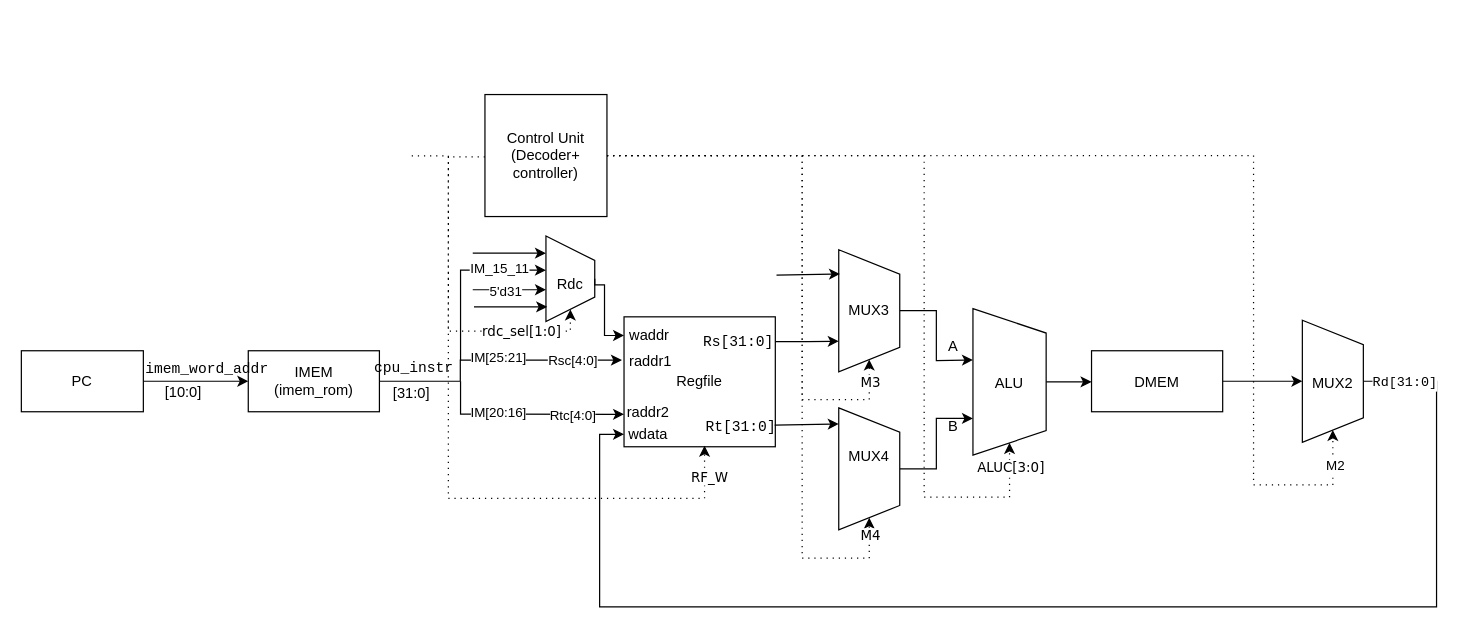
Earlier version of the draw.io diagram MIPS_CPU.drawio (LV-ZHU/Computer_Organization_and_Architecture_Course_Design). Source tidied: cells renumbered, new cells numbered last; positions are measured from the earlier drawing's top-left corner, leaving out a move shared by most shapes. Both pictures are drawn from the tidied source at 122%, with x=0, y=0 at pixel (21, 94).
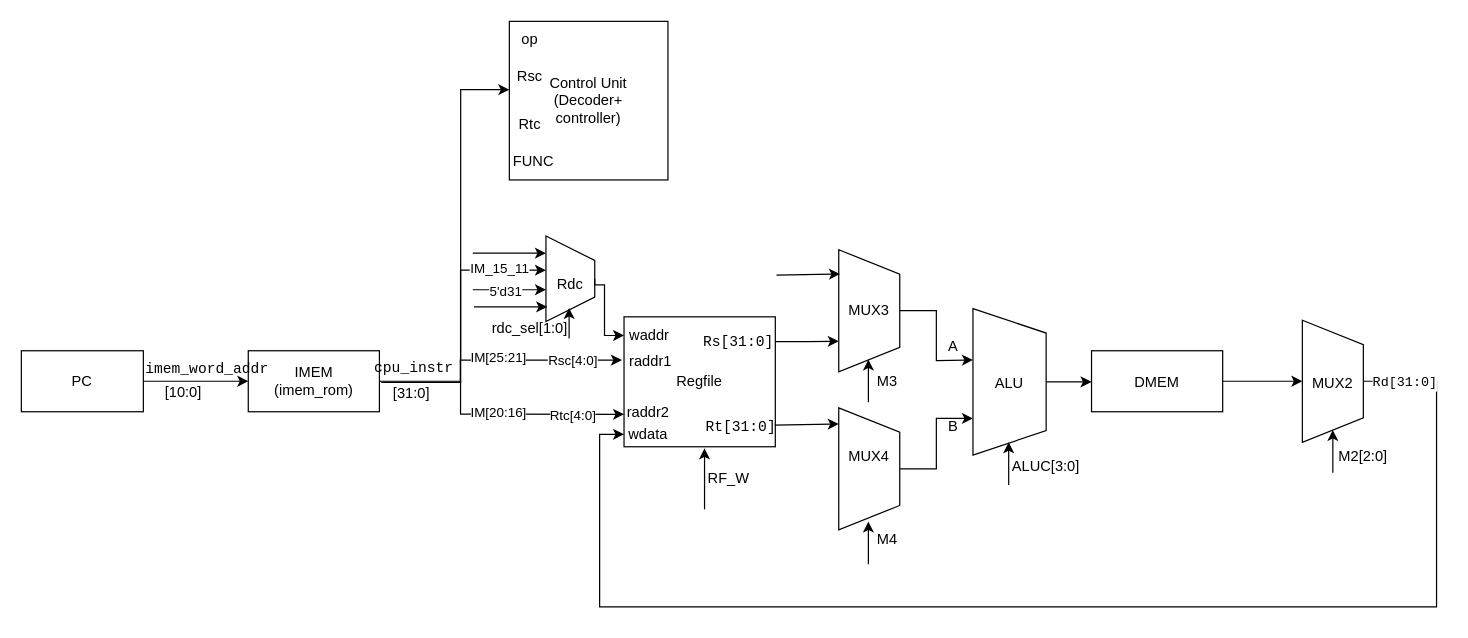
The same diagram, later.

Commit message:
控制器虚线变短线

The change refers to these unchanged cells:
```xml
<mxCell id="44" style="shape=trapezoid;perimeter=trapezoidPerimeter;whiteSpace=wrap;html=1;shapeInside=1;fixedSize=1;rotation=90;" parent="1" vertex="1">
  <mxGeometry x="645" y="152.2" width="100" height="50" as="geometry" />
</mxCell>
<mxCell id="47" style="shape=trapezoid;perimeter=trapezoidPerimeter;whiteSpace=wrap;html=1;shapeInside=1;fixedSize=1;rotation=90;" parent="1" vertex="1">
  <mxGeometry x="750" y="205.5" width="120" height="60" as="geometry" />
</mxCell>
<mxCell id="49" style="shape=trapezoid;perimeter=trapezoidPerimeter;whiteSpace=wrap;html=1;shapeInside=1;fixedSize=1;rotation=90;" parent="1" vertex="1">
  <mxGeometry x="645" y="281.8" width="100" height="50" as="geometry" />
</mxCell>
<mxCell id="58" style="shape=trapezoid;perimeter=trapezoidPerimeter;whiteSpace=wrap;html=1;shapeInside=1;fixedSize=1;rotation=90;" parent="1" vertex="1">
  <mxGeometry x="1025" y="210" width="100" height="50" as="geometry" />
</mxCell>
```

The edit, as a diff of the source:
```diff
@@
-    <mxCell id="11" style="edgeStyle=orthogonalEdgeStyle;rounded=0;orthogonalLoop=1;jettySize=auto;html=1;exitX=1;exitY=0.5;exitDx=0;exitDy=0;fontStyle=0;verticalAlign=middle;labelBackgroundColor=default;dashed=1;dashPattern=1 4;" parent="1" edge="1">
-      <mxGeometry relative="1" as="geometry">
-        <mxPoint x="320" y="50.2" as="sourcePoint" />
-        <mxPoint x="450" y="176.2" as="targetPoint" />
-        <Array as="points">
-          <mxPoint x="350" y="50.3" />
-          <mxPoint x="350" y="194" />
-          <mxPoint x="450" y="194" />
-        </Array>
-      </mxGeometry>
-    </mxCell>
-    <mxCell id="12" value="rdc_sel[1:0]" style="edgeLabel;html=1;align=center;verticalAlign=middle;fontFamily=Verdana;" parent="11" vertex="1">
-      <mxGeometry x="0.54" y="2" relative="1" as="geometry">
-        <mxPoint x="8" y="1" as="offset" />
-      </mxGeometry>
-    </mxCell>
-    <mxCell id="13" style="edgeStyle=orthogonalEdgeStyle;rounded=0;jettySize=auto;html=1;exitX=1;exitY=0.5;exitDx=0;exitDy=0;entryX=1;entryY=0.5;entryDx=0;entryDy=0;dashed=1;dashPattern=1 4;" parent="1" edge="1" source="21" target="49">
-      <mxGeometry relative="1" as="geometry">
-        <Array as="points">
-          <mxPoint x="640" y="50" />
-          <mxPoint x="640" y="380" />
-          <mxPoint x="695" y="380" />
-        </Array>
-      </mxGeometry>
-    </mxCell>
-    <mxCell id="14" value="M4" style="edgeLabel;html=1;align=center;verticalAlign=middle;fontFamily=Verdana;" parent="13" vertex="1">
-      <mxGeometry x="0.95" y="-2" relative="1" as="geometry">
-        <mxPoint x="-2" as="offset" />
-      </mxGeometry>
-    </mxCell>
-    <mxCell id="15" style="edgeStyle=orthogonalEdgeStyle;rounded=0;orthogonalLoop=1;jettySize=auto;html=1;entryX=0;entryY=1;entryDx=0;entryDy=0;dashed=1;dashPattern=1 4;" parent="1" edge="1">
-      <mxGeometry relative="1" as="geometry">
-        <mxPoint x="380" y="51" as="sourcePoint" />
-        <mxPoint x="560" y="287.8" as="targetPoint" />
-        <Array as="points">
-          <mxPoint x="350" y="51" />
-          <mxPoint x="350" y="331" />
-          <mxPoint x="560" y="331" />
-        </Array>
-      </mxGeometry>
-    </mxCell>
-    <mxCell id="16" value="RF_W" style="edgeLabel;html=1;align=center;verticalAlign=middle;fontFamily=Verdana;" parent="15" vertex="1">
-      <mxGeometry x="0.89" y="1" relative="1" as="geometry">
-        <mxPoint x="4" y="-6" as="offset" />
-      </mxGeometry>
-    </mxCell>
-    <mxCell id="17" style="edgeStyle=orthogonalEdgeStyle;rounded=0;jettySize=auto;html=1;exitX=1;exitY=0.5;exitDx=0;exitDy=0;entryX=1;entryY=0.5;entryDx=0;entryDy=0;dashed=1;dashPattern=1 4;" parent="1" edge="1" source="21" target="47">
-      <mxGeometry relative="1" as="geometry">
-        <Array as="points">
-          <mxPoint x="740" y="50" />
-          <mxPoint x="740" y="330" />
-          <mxPoint x="810" y="330" />
-        </Array>
-      </mxGeometry>
-    </mxCell>
-    <mxCell id="18" value="ALUC[3:0]" style="edgeLabel;html=1;align=center;verticalAlign=middle;fontFamily=Verdana;" parent="17" vertex="1">
-      <mxGeometry x="0.94" relative="1" as="geometry" />
-    </mxCell>
-    <mxCell id="19" style="edgeStyle=orthogonalEdgeStyle;rounded=0;jettySize=auto;html=1;exitX=1;exitY=0.5;exitDx=0;exitDy=0;entryX=1;entryY=0.5;entryDx=0;entryDy=0;fontFamily=Verdana;dashed=1;dashPattern=1 4;" parent="1" edge="1" source="21" target="58">
-      <mxGeometry relative="1" as="geometry">
-        <Array as="points">
-          <mxPoint x="1010" y="50" />
-          <mxPoint x="1010" y="320" />
-          <mxPoint x="1075" y="320" />
-        </Array>
-      </mxGeometry>
-    </mxCell>
-    <mxCell id="20" value="M2" style="edgeLabel;html=1;align=center;verticalAlign=middle;" parent="19" vertex="1">
-      <mxGeometry x="0.94" y="-1" relative="1" as="geometry">
-        <mxPoint y="1" as="offset" />
-      </mxGeometry>
-    </mxCell>
     <mxCell id="21" value="Control Unit&lt;div&gt;(Decoder+&lt;/div&gt;&lt;div&gt;controller)&lt;/div&gt;" style="whiteSpace=wrap;html=1;" parent="1" vertex="1">
-      <mxGeometry x="380" width="100" height="100" as="geometry" />
+      <mxGeometry x="400" y="-60" width="130" height="130" as="geometry" />
     </mxCell>
@@
+    <mxCell id="65" style="edgeStyle=orthogonalEdgeStyle;rounded=0;orthogonalLoop=1;jettySize=auto;html=1;exitX=0;exitY=0;exitDx=0;exitDy=0;" parent="1" edge="1">
+      <mxGeometry relative="1" as="geometry">
+        <mxPoint x="295" y="236" as="sourcePoint" />
+        <mxPoint x="400" y="-4" as="targetPoint" />
+        <Array as="points">
+          <mxPoint x="360.1" y="236.1" />
+          <mxPoint x="360.1" y="-3.9" />
+        </Array>
+      </mxGeometry>
+    </mxCell>
@@
-    <mxCell id="61" style="edgeStyle=orthogonalEdgeStyle;rounded=0;jettySize=auto;html=1;exitX=1;exitY=0.5;exitDx=0;exitDy=0;entryX=1;entryY=0.5;entryDx=0;entryDy=0;dashed=1;dashPattern=1 4;" parent="1" edge="1" target="44">
-      <mxGeometry relative="1" as="geometry">
-        <mxPoint x="480" y="50" as="sourcePoint" />
-        <Array as="points">
-          <mxPoint x="640" y="50" />
-          <mxPoint x="640" y="250" />
-          <mxPoint x="695" y="250" />
-        </Array>
-      </mxGeometry>
-    </mxCell>
-    <mxCell id="62" value="M3" style="edgeLabel;html=1;align=center;verticalAlign=middle;fontFamily=Verdana;" parent="61" vertex="1">
-      <mxGeometry x="0.95" y="-2" relative="1" as="geometry">
-        <mxPoint x="-2" y="7" as="offset" />
-      </mxGeometry>
-    </mxCell>
@@
+    <mxCell id="66" style="endArrow=classic;html=1;rounded=0;entryX=1;entryY=0.5;entryDx=0;entryDy=0;" parent="1" edge="1" target="58">
+      <mxGeometry relative="1" as="geometry">
+        <mxPoint x="1075" y="310" as="sourcePoint" />
+      </mxGeometry>
+    </mxCell>
+    <mxCell id="67" value="M2[2:0]" style="text;html=1;whiteSpace=wrap;strokeColor=none;fillColor=none;align=center;verticalAlign=middle;rounded=0;" parent="1" vertex="1">
+      <mxGeometry x="1070" y="282" width="60" height="30" as="geometry" />
+    </mxCell>
+    <mxCell id="68" style="edgeStyle=orthogonalEdgeStyle;rounded=0;orthogonalLoop=1;jettySize=auto;html=1;innerLoopWaypoints=1;exitX=0.5;exitY=1;exitDx=0;exitDy=0;" parent="1" edge="1" source="67" target="67">
+      <mxGeometry relative="1" as="geometry" />
+    </mxCell>
+    <mxCell id="69" style="endArrow=classic;html=1;rounded=0;entryX=1;entryY=0.5;entryDx=0;entryDy=0;" parent="1" edge="1">
+      <mxGeometry relative="1" as="geometry">
+        <mxPoint x="809.3" y="320" as="sourcePoint" />
+        <mxPoint x="809.3" y="285" as="targetPoint" />
+      </mxGeometry>
+    </mxCell>
+    <mxCell id="18" value="ALUC[3:0]" style="text;html=1;whiteSpace=wrap;strokeColor=none;fillColor=none;align=center;verticalAlign=middle;rounded=0;" parent="1" vertex="1">
+      <mxGeometry x="810" y="290" width="60" height="30" as="geometry" />
+    </mxCell>
+    <mxCell id="70" style="endArrow=classic;html=1;rounded=0;entryX=1;entryY=0.5;entryDx=0;entryDy=0;" parent="1" edge="1">
+      <mxGeometry relative="1" as="geometry">
+        <mxPoint x="694.3" y="385" as="sourcePoint" />
+        <mxPoint x="694.3" y="350" as="targetPoint" />
+      </mxGeometry>
+    </mxCell>
+    <mxCell id="14" value="M4" style="text;html=1;whiteSpace=wrap;strokeColor=none;fillColor=none;align=center;verticalAlign=middle;rounded=0;" parent="1" vertex="1">
+      <mxGeometry x="680" y="350" width="60" height="30" as="geometry" />
+    </mxCell>
+    <mxCell id="71" style="endArrow=classic;html=1;rounded=0;entryX=1;entryY=0.5;entryDx=0;entryDy=0;" parent="1" edge="1">
+      <mxGeometry relative="1" as="geometry">
+        <mxPoint x="694.3" y="252.2" as="sourcePoint" />
+        <mxPoint x="694.3" y="217.2" as="targetPoint" />
+      </mxGeometry>
+    </mxCell>
+    <mxCell id="62" value="M3" style="text;html=1;whiteSpace=wrap;strokeColor=none;fillColor=none;align=center;verticalAlign=middle;rounded=0;" parent="1" vertex="1">
+      <mxGeometry x="680" y="220" width="60" height="30" as="geometry" />
+    </mxCell>
+    <mxCell id="72" style="endArrow=classic;html=1;rounded=0;entryX=1;entryY=0.5;entryDx=0;entryDy=0;" parent="1" edge="1">
+      <mxGeometry relative="1" as="geometry">
+        <mxPoint x="449" y="200" as="sourcePoint" />
+        <mxPoint x="449" y="175" as="targetPoint" />
+      </mxGeometry>
+    </mxCell>
+    <mxCell id="12" value="rdc_sel[1:0]" style="text;html=1;whiteSpace=wrap;strokeColor=none;fillColor=none;align=center;verticalAlign=middle;rounded=0;" parent="1" vertex="1">
+      <mxGeometry x="387" y="177" width="60" height="30" as="geometry" />
+    </mxCell>
+    <mxCell id="73" style="endArrow=classic;html=1;rounded=0;" parent="1" edge="1">
+      <mxGeometry relative="1" as="geometry">
+        <mxPoint x="560" y="340" as="sourcePoint" />
+        <mxPoint x="560" y="290" as="targetPoint" />
+      </mxGeometry>
+    </mxCell>
+    <mxCell id="16" value="RF_W" style="text;html=1;whiteSpace=wrap;strokeColor=none;fillColor=none;align=center;verticalAlign=middle;rounded=0;" parent="1" vertex="1">
+      <mxGeometry x="550" y="300" width="60" height="30" as="geometry" />
+    </mxCell>
+    <mxCell id="74" value="op" style="text;html=1;whiteSpace=wrap;strokeColor=none;fillColor=none;align=center;verticalAlign=middle;rounded=0;" parent="1" vertex="1">
+      <mxGeometry x="387" y="-60" width="60" height="30" as="geometry" />
+    </mxCell>
+    <mxCell id="75" value="Rsc" style="text;html=1;whiteSpace=wrap;strokeColor=none;fillColor=none;align=center;verticalAlign=middle;rounded=0;" parent="1" vertex="1">
+      <mxGeometry x="387" y="-30" width="60" height="30" as="geometry" />
+    </mxCell>
+    <mxCell id="76" value="Rtc" style="text;html=1;whiteSpace=wrap;strokeColor=none;fillColor=none;align=center;verticalAlign=middle;rounded=0;" parent="1" vertex="1">
+      <mxGeometry x="387" y="10" width="60" height="30" as="geometry" />
+    </mxCell>
+    <mxCell id="77" value="FUNC" style="text;html=1;whiteSpace=wrap;strokeColor=none;fillColor=none;align=center;verticalAlign=middle;rounded=0;" parent="1" vertex="1">
+      <mxGeometry x="390" y="40" width="60" height="30" as="geometry" />
+    </mxCell>
```
